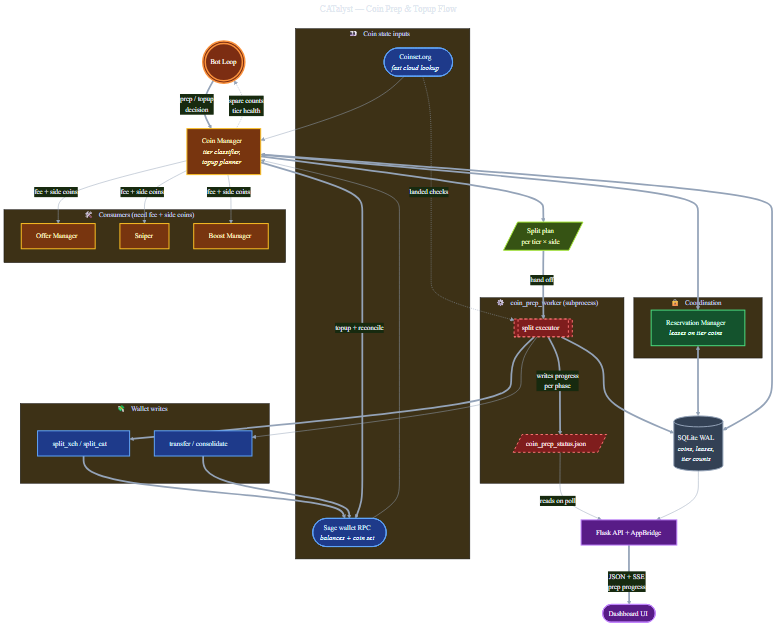
This is docs/diagrams/catalyst-coin-prep-topup-flow-v2.png from giorgiperad/catalyst-bot, a Mermaid export, as it was before one commit. Its source is kept beside it as docs/diagrams/catalyst-coin-prep-topup-flow-v2.mmd. Its diagram source:
```mermaid
---
title: CATalyst — Coin Prep & Topup Flow
config:
  theme: base
  themeVariables:
    fontFamily: "Inter, system-ui, -apple-system, sans-serif"
    fontSize: 14px
    primaryColor: "#0f172a"
    primaryTextColor: "#e2e8f0"
    primaryBorderColor: "#475569"
    lineColor: "#94a3b8"
---
flowchart TB

  BL(((Bot Loop)))
  CM[Coin Manager<br/><i>tier classifier,<br/>topup planner</i>]

  subgraph READ["👀 &nbsp; Coin state inputs"]
    direction LR
    W([Sage wallet RPC<br/><i>balances + coin set</i>])
    CS([Coinset.org<br/><i>fast cloud lookup</i>])
  end

  subgraph LOCK["🔒 &nbsp; Coordination"]
    RES[Reservation Manager<br/><i>leases on tier coins</i>]
  end

  PLAN[/Split plan<br/>per tier × side/]

  subgraph WORKER["⚙️ &nbsp; coin_prep_worker (subprocess)"]
    direction TB
    CP[[split executor]]
    SF[/coin_prep_status.json/]
  end

  subgraph WRITE["💸 &nbsp; Wallet writes"]
    direction LR
    SX[split_xch / split_cat]
    TR[transfer / consolidate]
  end

  DB[("SQLite WAL<br/><i>coins, leases,<br/>tier counts</i>")]

  subgraph CONS["🛠️ &nbsp; Consumers (need fee + side coins)"]
    direction LR
    OM[Offer Manager]
    SN[Sniper]
    BM[Boost Manager]
  end

  API[Flask API + AppBridge]
  UI([Dashboard UI])

  BL ==>|prep / topup<br/>decision| CM
  CM -.->|spare counts<br/>tier health| BL

  W  --> CM
  CS --> CM

  CM <==> RES
  RES <==> DB

  CM ==> PLAN
  PLAN ==>|hand off| CP

  CP ==> SX
  CP --> TR
  SX ==> W
  TR ==> W

  CS -. landed checks .-> CP

  CP ==>|writes progress<br/>per phase| SF
  SF -->|reads on poll| API

  CP ==> DB

  CM ==>|topup + reconcile| W
  CM <==> DB

  CM -->|fee + side coins| OM
  CM -->|fee + side coins| SN
  CM -->|fee + side coins| BM

  DB --> API
  API ==>|JSON + SSE<br/>prep progress| UI

  classDef external fill:#1e3a8a,stroke:#60a5fa,color:#dbeafe,stroke-width:2px
  classDef subproc  fill:#7f1d1d,stroke:#f87171,color:#fee2e2,stroke-width:2px,stroke-dasharray:5 5
  classDef intel    fill:#14532d,stroke:#4ade80,color:#dcfce7,stroke-width:2px
  classDef trade    fill:#78350f,stroke:#fbbf24,color:#fef3c7,stroke-width:2px
  classDef core     fill:#7c2d12,stroke:#fb923c,color:#fff7ed,stroke-width:3px
  classDef state    fill:#334155,stroke:#94a3b8,color:#e2e8f0,stroke-width:2px
  classDef ui       fill:#581c87,stroke:#c084fc,color:#f3e8ff,stroke-width:2px
  classDef plan     fill:#365314,stroke:#a3e635,color:#ecfccb,stroke-width:2px

  class W,CS,SX,TR external
  class CP,SF subproc
  class RES intel
  class CM,OM,SN,BM trade
  class BL core
  class DB state
  class API,UI ui
  class PLAN plan
```
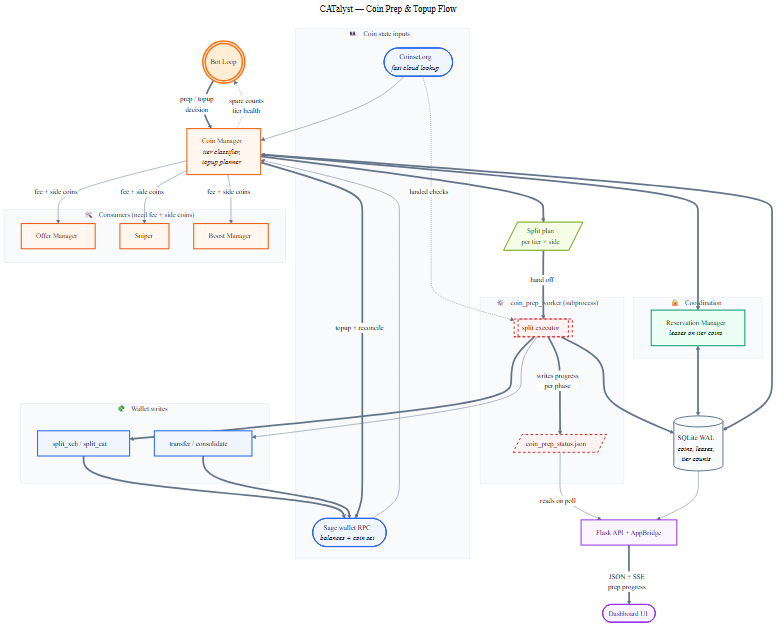
Above is the later version.

What changed in the source:
```diff
@@ -5,10 +5,18 @@
   themeVariables:
     fontFamily: "Inter, system-ui, -apple-system, sans-serif"
     fontSize: 14px
-    primaryColor: "#0f172a"
-    primaryTextColor: "#e2e8f0"
-    primaryBorderColor: "#475569"
-    lineColor: "#94a3b8"
+    background: "#ffffff"
+    mainBkg: "#f8fafc"
+    primaryColor: "#f8fafc"
+    primaryTextColor: "#0f172a"
+    primaryBorderColor: "#cbd5e1"
+    lineColor: "#64748b"
+    secondaryColor: "#ffffff"
+    tertiaryColor: "#f1f5f9"
+    clusterBkg: "#f8fafc"
+    clusterBorder: "#e2e8f0"
+    titleColor: "#334155"
+    edgeLabelBackground: "#ffffff"
 ---
 flowchart TB
 
@@ -85,14 +93,14 @@
   DB --> API
   API ==>|JSON + SSE<br/>prep progress| UI
 
-  classDef external fill:#1e3a8a,stroke:#60a5fa,color:#dbeafe,stroke-width:2px
-  classDef subproc  fill:#7f1d1d,stroke:#f87171,color:#fee2e2,stroke-width:2px,stroke-dasharray:5 5
-  classDef intel    fill:#14532d,stroke:#4ade80,color:#dcfce7,stroke-width:2px
-  classDef trade    fill:#78350f,stroke:#fbbf24,color:#fef3c7,stroke-width:2px
-  classDef core     fill:#7c2d12,stroke:#fb923c,color:#fff7ed,stroke-width:3px
-  classDef state    fill:#334155,stroke:#94a3b8,color:#e2e8f0,stroke-width:2px
-  classDef ui       fill:#581c87,stroke:#c084fc,color:#f3e8ff,stroke-width:2px
-  classDef plan     fill:#365314,stroke:#a3e635,color:#ecfccb,stroke-width:2px
+  classDef external fill:#eff6ff,stroke:#2563eb,color:#172554,stroke-width:2px
+  classDef subproc  fill:#fef2f2,stroke:#dc2626,color:#7f1d1d,stroke-width:2px,stroke-dasharray:5 5
+  classDef intel    fill:#ecfdf5,stroke:#059669,color:#064e3b,stroke-width:2px
+  classDef trade    fill:#fff7ed,stroke:#ea580c,color:#7c2d12,stroke-width:2px
+  classDef core     fill:#ffedd5,stroke:#f97316,color:#7c2d12,stroke-width:3px
+  classDef state    fill:#f8fafc,stroke:#64748b,color:#0f172a,stroke-width:2px
+  classDef ui       fill:#faf5ff,stroke:#9333ea,color:#581c87,stroke-width:2px
+  classDef plan     fill:#f7fee7,stroke:#65a30d,color:#365314,stroke-width:2px
 
   class W,CS,SX,TR external
   class CP,SF subproc
```
